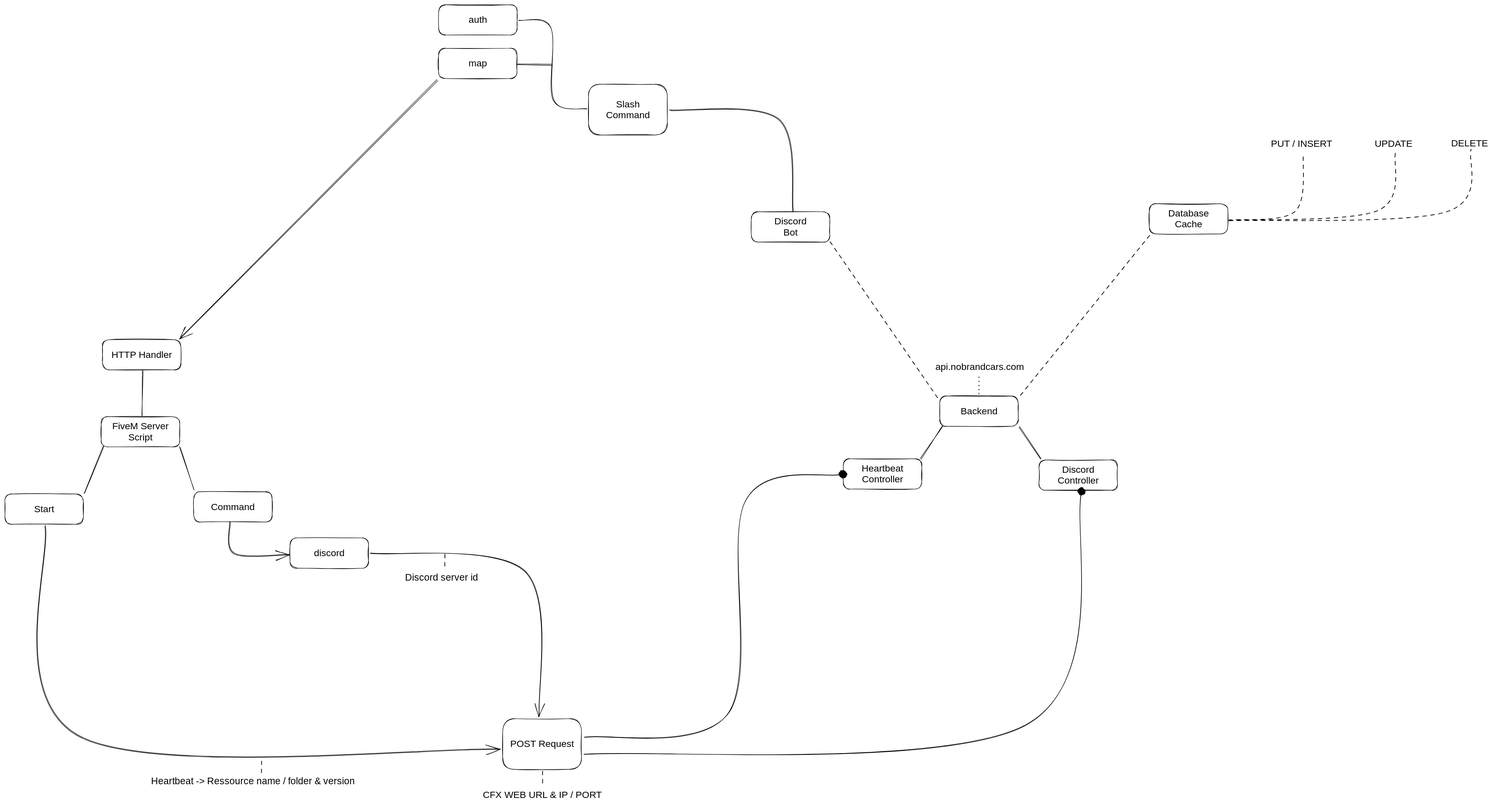
Earlier version of the Excalidraw export .gitbook/assets/file.excalidraw.svg (NoBrandCars/docs). Source tidied: one line per element, renumbered; positions are measured from the earlier drawing's top-left corner, leaving out a move shared by most shapes.
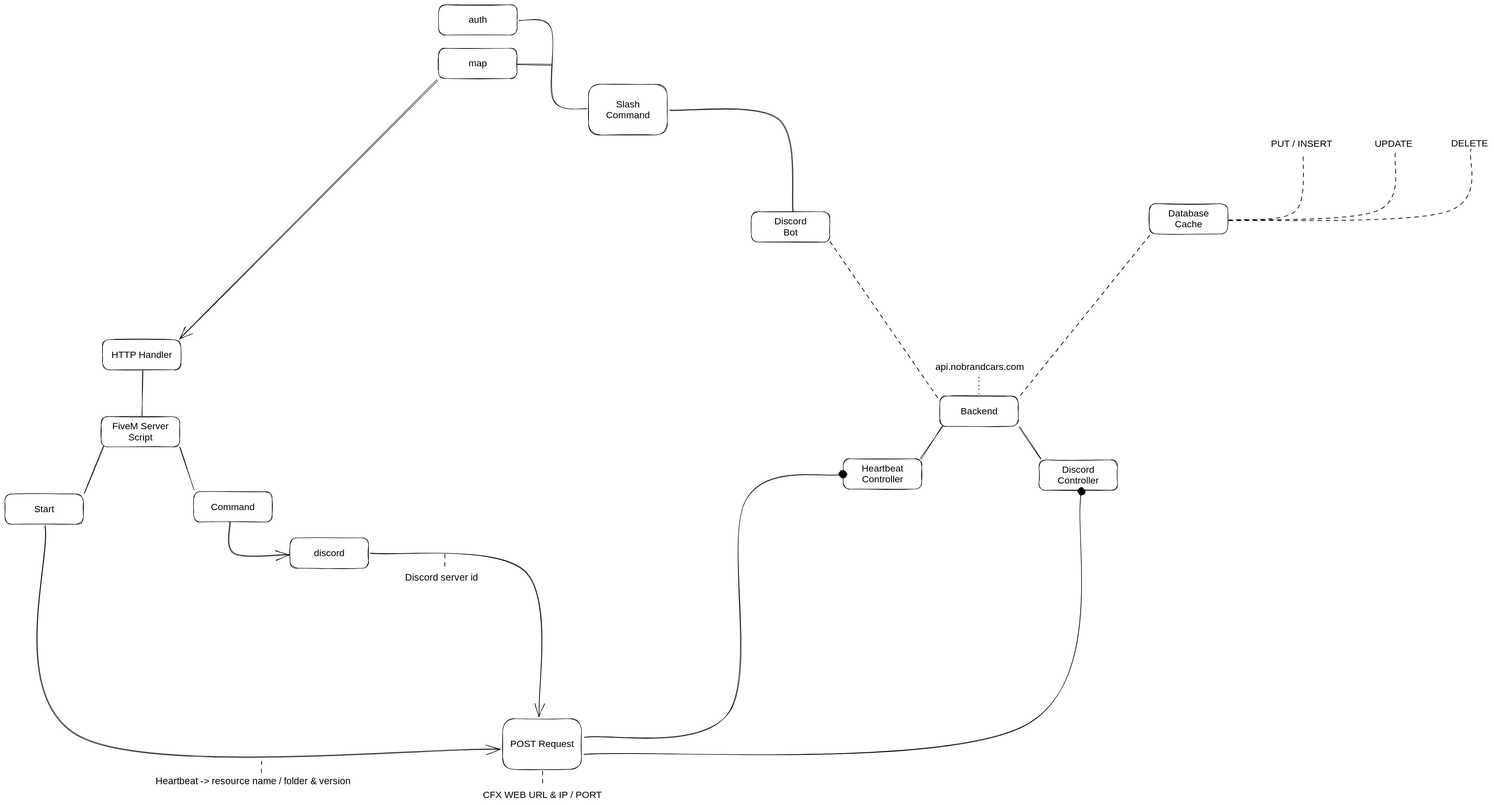
The same file after the commit.

Diff of the diagram source:
```diff
@@ -15,8 +15,8 @@
 {"id": 14, "type": "text", "text": "POST Request", "strokeColor": "#000000", "strokeWidth": 1, "roughness": 1, "fontSize": 20, "fontFamily": 2, "textAlign": "center", "verticalAlign": "middle", "inside": 13, "x": 1063, "y": 1546, "width": 136, "height": 23}
 {"id": 15, "type": "arrow", "strokeColor": "#000000", "strokeWidth": 1, "roughness": 1, "endArrowhead": "arrow", "round": true, "from": 4, "to": 13, "x": 85, "y": 1098, "width": 959, "height": 470, "points": [[0, 0], [77, 446], [959, 470]]}
 {"id": 16, "type": "arrow", "strokeColor": "#000000", "strokeWidth": 1, "roughness": 1, "endArrowhead": "arrow", "round": true, "from": 6, "to": 13, "x": 769, "y": 1156, "width": 356, "height": 343, "points": [[0, 0], [326, 38], [356, 343]]}
-{"id": 17, "type": "text", "text": "Heartbeat -> Ressource name / folder & version", "strokeColor": "#000000", "strokeWidth": 1, "roughness": 1, "fontSize": 20, "fontFamily": 3, "textAlign": "center", "x": 252, "y": 1624, "width": 541, "height": 24}
+{"id": 17, "type": "text", "text": "Heartbeat -> resource name / folder & version", "strokeColor": "#000000", "strokeWidth": 1, "roughness": 1, "fontSize": 20, "fontFamily": 3, "textAlign": "center", "x": 258, "y": 1624, "width": 529, "height": 24}
-{"id": 18, "type": "arrow", "strokeColor": "#000000", "strokeWidth": 1, "strokeStyle": "dashed", "roughness": 1, "round": true, "from": 17, "x": 540, "y": 1619, "width": 1, "height": 26, "points": [[0, 0], [1, -26]]}
+{"id": 18, "type": "arrow", "strokeColor": "#000000", "strokeWidth": 1, "strokeStyle": "dashed", "roughness": 1, "round": true, "from": 17, "x": 540, "y": 1619, "width": 2, "height": 26, "points": [[0, 0], [2, -26]]}
 {"id": 19, "type": "text", "text": "Discord server id", "strokeColor": "#000000", "strokeWidth": 1, "strokeStyle": "dashed", "roughness": 1, "fontSize": 20, "fontFamily": 3, "textAlign": "center", "x": 819, "y": 1194, "width": 201, "height": 24}
 {"id": 20, "type": "arrow", "strokeColor": "#000000", "strokeWidth": 1, "strokeStyle": "dashed", "roughness": 1, "round": true, "from": 19, "x": 926, "y": 1183, "width": 0, "height": 29, "points": [[0, 0], [0, -29]]}
 {"id": 21, "type": "rectangle", "strokeColor": "#000000", "strokeWidth": 1, "roughness": 1, "round": true, "x": 1765, "y": 957, "width": 165, "height": 64}
```
